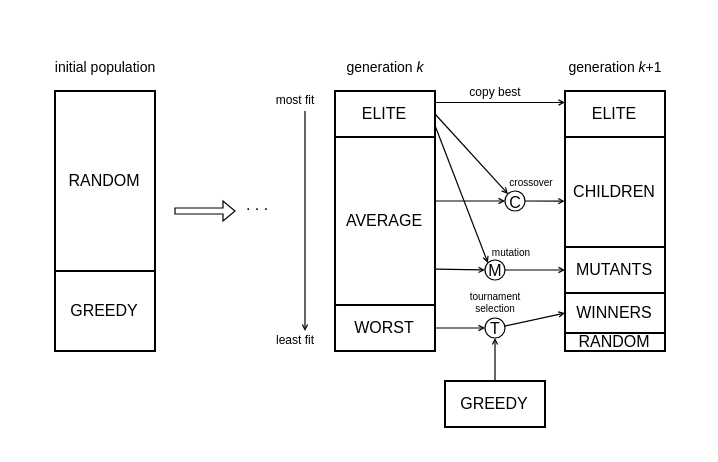
Before: src/thesis/figures/pupulation_schema.drawio in TaIos/master-thesis, a draw.io diagram. Source tidied: cells renumbered, new cells numbered last; positions are measured from the earlier drawing's top-left corner, leaving out a move shared by most shapes. Both pictures are drawn from the tidied source at 200%, with x=0, y=0 at pixel (34, 34).
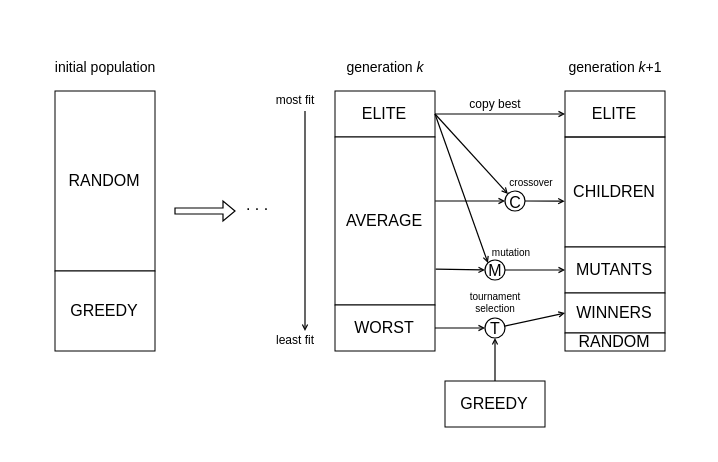
The same diagram, later.

Commit message (it also covers changes not shown here):
writing: unbold population schema

The change refers to these unchanged cells:
```xml
<mxCell id="2" style="group;direction=south;strokeWidth=0.6;spacingBottom=2;spacingLeft=1;" parent="1" vertex="1">
  <mxGeometry x="235" y="78" width="15" height="10" as="geometry" />
</mxCell>
<mxCell id="5" value="&lt;span style=&quot;font-size: 8px;&quot;&gt;M&lt;/span&gt;" style="ellipse;whiteSpace=wrap;html=1;direction=south;strokeWidth=0.6;spacingBottom=2;spacingLeft=1;" parent="1" vertex="1">
  <mxGeometry x="225" y="112.5" width="10" height="10" as="geometry" />
</mxCell>
<mxCell id="8" style="shape=tableRow;horizontal=0;startSize=0;swimlaneHead=0;swimlaneBody=0;top=0;left=0;bottom=0;right=0;fontStyle=0;fillColor=#f9f7ed;opacity=0;labelBackgroundColor=none;labelBorderColor=none;swimlaneFillColor=default;strokeColor=#36393d;" parent="7" vertex="1">
  <mxGeometry width="50" height="90" as="geometry" />
</mxCell>
<mxCell id="15" style="shape=tableRow;horizontal=0;startSize=0;swimlaneHead=0;swimlaneBody=0;top=0;left=0;bottom=0;right=0;fontStyle=0;fillColor=none;opacity=0;labelBackgroundColor=none;labelBorderColor=none;fontColor=default;swimlaneFillColor=default;" parent="14" vertex="1">
  <mxGeometry width="50" height="23" as="geometry" />
</mxCell>
<mxCell id="17" style="shape=tableRow;horizontal=0;startSize=0;swimlaneHead=0;swimlaneBody=0;top=0;left=0;bottom=0;right=0;fontStyle=0;fillColor=none;opacity=0;labelBackgroundColor=none;labelBorderColor=none;fontColor=default;swimlaneFillColor=default;" parent="14" vertex="1">
  <mxGeometry y="23" width="50" height="84" as="geometry" />
</mxCell>
<mxCell id="27" style="shape=tableRow;horizontal=0;startSize=0;swimlaneHead=0;swimlaneBody=0;top=0;left=0;bottom=0;right=0;fontStyle=0;fillColor=none;opacity=0;labelBackgroundColor=none;labelBorderColor=none;fontColor=default;swimlaneFillColor=default;" parent="26" vertex="1">
  <mxGeometry width="50" height="23" as="geometry" />
</mxCell>
<mxCell id="30" style="shape=tableRow;horizontal=0;startSize=0;swimlaneHead=0;swimlaneBody=0;top=0;left=0;bottom=0;right=0;fontStyle=0;fillColor=none;opacity=0;labelBackgroundColor=none;labelBorderColor=none;fontColor=default;swimlaneFillColor=default;" parent="29" vertex="1">
  <mxGeometry width="50" height="23" as="geometry" />
</mxCell>
<mxCell id="32" style="shape=tableRow;horizontal=0;startSize=0;swimlaneHead=0;swimlaneBody=0;top=0;left=0;bottom=0;right=0;fontStyle=0;fillColor=none;opacity=0;labelBackgroundColor=none;labelBorderColor=none;fontColor=default;swimlaneFillColor=default;" parent="29" vertex="1">
  <mxGeometry y="23" width="50" height="55" as="geometry" />
</mxCell>
```

Diff of the diagram source:
```diff
@@
-    <mxCell id="3" value="&lt;font style=&quot;font-size: 8px;&quot;&gt;C&lt;/font&gt;" style="ellipse;whiteSpace=wrap;html=1;direction=south;strokeWidth=0.6;align=center;spacingBottom=1;labelBackgroundColor=none;spacingLeft=1;" parent="2" vertex="1">
+    <mxCell id="3" value="&lt;font style=&quot;font-size: 8px;&quot;&gt;C&lt;/font&gt;" style="ellipse;whiteSpace=wrap;html=1;direction=south;strokeWidth=0.6;align=center;spacingBottom=1;labelBackgroundColor=none;spacingLeft=1;fillColor=#FFFFFF;fillStyle=auto;gradientColor=none;strokeColor=#000000;" parent="2" vertex="1">
       <mxGeometry width="10" height="10" as="geometry" />
     </mxCell>
@@
-    <mxCell id="7" style="childLayout=tableLayout;&#10;recursiveResize=0;&#10;shadow=0;&#10;fillColor=none;&#10;strokeColor=#000000;&#10;strokeWidth=1;&#10;opacity=0;&#10;labelBackgroundColor=none;&#10;labelBorderColor=none;&#10;fontColor=default;&#10;swimlaneFillColor=default;fillColor=none;strokeColor=#36393d;" parent="1" vertex="1">
+    <mxCell id="7" style="childLayout=tableLayout;&#10;recursiveResize=0;&#10;shadow=0;&#10;fillColor=none;&#10;strokeColor=#000000;&#10;strokeWidth=1;&#10;opacity=0;&#10;labelBackgroundColor=none;&#10;labelBorderColor=none;&#10;fontColor=default;&#10;swimlaneFillColor=default;fillColor=none;strokeColor=none;" parent="1" vertex="1">
       <mxGeometry x="10" y="28" width="50" height="130" as="geometry" />
     </mxCell>
@@
-    <mxCell id="9" value="RANDOM" style="childLayout=tableLayout;&#10;recursiveResize=0;&#10;shadow=0;&#10;fillColor=none;&#10;strokeColor=#000000;&#10;strokeWidth=1;&#10;opacity=0;&#10;labelBackgroundColor=none;&#10;labelBorderColor=none;&#10;fontColor=default;&#10;swimlaneFillColor=default;fontSize=8;" parent="8" vertex="1">
+    <mxCell id="9" value="RANDOM" style="childLayout=tableLayout;&#10;recursiveResize=0;&#10;shadow=0;&#10;fillColor=none;&#10;strokeColor=#000000;&#10;strokeWidth=1;&#10;opacity=0;&#10;labelBackgroundColor=none;&#10;labelBorderColor=none;&#10;fontColor=default;&#10;swimlaneFillColor=default;fontSize=8;strokeColor=default;strokeWidth=0.5;" parent="8" vertex="1">
       <mxGeometry width="50" height="90" as="geometry" />
     </mxCell>
-    <mxCell id="10" style="shape=tableRow;horizontal=0;startSize=0;swimlaneHead=0;swimlaneBody=0;top=0;left=0;bottom=0;right=0;fontStyle=0;fillColor=none;opacity=0;labelBackgroundColor=none;labelBorderColor=none;fontColor=default;swimlaneFillColor=default;" parent="7" vertex="1">
+    <mxCell id="10" style="shape=tableRow;horizontal=0;startSize=0;swimlaneHead=0;swimlaneBody=0;top=0;left=0;bottom=0;right=0;fontStyle=0;fillColor=none;opacity=0;labelBackgroundColor=none;labelBorderColor=none;fontColor=default;swimlaneFillColor=default;strokeWidth=0.5;strokeColor=none;" parent="7" vertex="1">
       <mxGeometry y="90" width="50" height="40" as="geometry" />
     </mxCell>
-    <mxCell id="11" value="GREEDY" style="strokeColor=#000000;fillColor=default;align=center;labelBackgroundColor=none;labelBorderColor=none;swimlaneFillColor=default;fontSize=8;" parent="10" vertex="1">
+    <mxCell id="11" value="GREEDY" style="strokeColor=default;fillColor=default;align=center;labelBackgroundColor=none;labelBorderColor=none;swimlaneFillColor=default;fontSize=8;strokeWidth=0.5;" parent="10" vertex="1">
       <mxGeometry width="50" height="40" as="geometry" />
     </mxCell>
@@
-    <mxCell id="14" style="childLayout=tableLayout;&#10;recursiveResize=0;&#10;shadow=0;&#10;fillColor=none;&#10;strokeColor=#000000;&#10;strokeWidth=1;&#10;opacity=0;&#10;labelBackgroundColor=none;&#10;labelBorderColor=none;&#10;fontColor=default;&#10;swimlaneFillColor=default;" parent="1" vertex="1">
+    <mxCell id="14" style="childLayout=tableLayout;&#10;recursiveResize=0;&#10;shadow=0;&#10;fillColor=none;&#10;strokeColor=#000000;&#10;strokeWidth=1;&#10;opacity=0;&#10;labelBackgroundColor=none;&#10;labelBorderColor=none;&#10;fontColor=default;&#10;swimlaneFillColor=default;strokeColor=none;" parent="1" vertex="1">
       <mxGeometry x="150" y="28" width="50" height="130" as="geometry" />
     </mxCell>
@@
-    <mxCell id="16" value="ELITE" style="childLayout=tableLayout;&#10;recursiveResize=0;&#10;shadow=0;&#10;fillColor=none;&#10;strokeColor=#000000;&#10;strokeWidth=1;&#10;opacity=0;&#10;labelBackgroundColor=none;&#10;labelBorderColor=none;&#10;fontColor=default;&#10;swimlaneFillColor=default;fontSize=8;" parent="15" vertex="1">
+    <mxCell id="16" value="ELITE" style="childLayout=tableLayout;&#10;recursiveResize=0;&#10;shadow=0;&#10;fillColor=none;&#10;strokeColor=#000000;&#10;strokeWidth=1;&#10;opacity=0;&#10;labelBackgroundColor=none;&#10;labelBorderColor=none;&#10;fontColor=default;&#10;swimlaneFillColor=default;fontSize=8;strokeWidth=0.5;" parent="15" vertex="1">
       <mxGeometry width="50" height="23" as="geometry" />
     </mxCell>
@@
-    <mxCell id="18" value="AVERAGE" style="strokeColor=none;fillColor=none;align=center;opacity=0;labelBackgroundColor=none;labelBorderColor=none;fontColor=default;swimlaneFillColor=default;fontSize=8;" parent="17" vertex="1">
+    <mxCell id="18" value="AVERAGE" style="strokeColor=default;fillColor=default;align=center;labelBackgroundColor=none;labelBorderColor=none;fontColor=default;swimlaneFillColor=default;fontSize=8;strokeWidth=0.5;" parent="17" vertex="1">
       <mxGeometry width="50" height="84" as="geometry" />
     </mxCell>
-    <mxCell id="19" style="childLayout=tableLayout;&#10;recursiveResize=0;&#10;shadow=0;&#10;fillColor=none;&#10;strokeColor=#000000;&#10;strokeWidth=1;&#10;opacity=0;&#10;labelBackgroundColor=none;&#10;labelBorderColor=none;&#10;fontColor=default;&#10;swimlaneFillColor=default;" parent="14" vertex="1">
+    <mxCell id="19" style="childLayout=tableLayout;&#10;recursiveResize=0;&#10;shadow=0;&#10;fillColor=none;&#10;strokeColor=#000000;&#10;strokeWidth=1;&#10;opacity=0;&#10;labelBackgroundColor=none;&#10;labelBorderColor=none;&#10;fontColor=default;&#10;swimlaneFillColor=default;strokeWidth=0.5;" parent="14" vertex="1">
       <mxGeometry y="107" width="50" height="23" as="geometry" />
     </mxCell>
@@
-    <mxCell id="26" style="childLayout=tableLayout;&#10;recursiveResize=0;&#10;shadow=0;&#10;fillColor=none;&#10;strokeColor=#000000;&#10;strokeWidth=1;&#10;opacity=0;&#10;labelBackgroundColor=none;&#10;labelBorderColor=none;&#10;fontColor=default;&#10;swimlaneFillColor=default;" parent="1" vertex="1">
+    <mxCell id="26" style="childLayout=tableLayout;&#10;recursiveResize=0;&#10;shadow=0;&#10;fillColor=none;&#10;strokeColor=#000000;&#10;strokeWidth=1;&#10;opacity=0;&#10;labelBackgroundColor=none;&#10;labelBorderColor=none;&#10;fontColor=default;&#10;swimlaneFillColor=default;strokeColor=none;" parent="1" vertex="1">
       <mxGeometry x="205" y="173" width="50" height="23" as="geometry" />
     </mxCell>
@@
-    <mxCell id="28" value="GREEDY" style="childLayout=tableLayout;&#10;recursiveResize=0;&#10;shadow=0;&#10;fillColor=none;&#10;strokeColor=#000000;&#10;strokeWidth=1;&#10;opacity=0;&#10;labelBackgroundColor=none;&#10;labelBorderColor=none;&#10;fontColor=default;&#10;swimlaneFillColor=default;fontSize=8;" parent="27" vertex="1">
+    <mxCell id="28" value="GREEDY" style="childLayout=tableLayout;&#10;recursiveResize=0;&#10;shadow=0;&#10;fillColor=none;&#10;strokeColor=#000000;&#10;strokeWidth=1;&#10;opacity=0;&#10;labelBackgroundColor=none;&#10;labelBorderColor=none;&#10;fontColor=default;&#10;swimlaneFillColor=default;fontSize=8;labelBackgroundColor=none;labelBorderColor=none;swimlaneFillColor=default;strokeWidth=0.5;" parent="27" vertex="1">
       <mxGeometry width="50" height="23" as="geometry" />
     </mxCell>
-    <mxCell id="29" style="childLayout=tableLayout;&#10;recursiveResize=0;&#10;shadow=0;&#10;fillColor=none;&#10;strokeColor=#000000;&#10;strokeWidth=1;&#10;opacity=0;&#10;labelBackgroundColor=none;&#10;labelBorderColor=none;&#10;fontColor=default;&#10;swimlaneFillColor=default;" parent="1" vertex="1">
+    <mxCell id="29" style="childLayout=tableLayout;&#10;recursiveResize=0;&#10;shadow=0;&#10;fillColor=none;&#10;strokeColor=#000000;&#10;strokeWidth=1;&#10;opacity=0;&#10;labelBackgroundColor=none;&#10;labelBorderColor=none;&#10;fontColor=default;&#10;swimlaneFillColor=default;strokeColor=none;" parent="1" vertex="1">
       <mxGeometry x="265" y="28" width="50" height="130" as="geometry" />
     </mxCell>
@@
-    <mxCell id="31" value="ELITE" style="childLayout=tableLayout;&#10;recursiveResize=0;&#10;shadow=0;&#10;fillColor=none;&#10;strokeColor=#000000;&#10;strokeWidth=1;&#10;opacity=0;&#10;labelBackgroundColor=none;&#10;labelBorderColor=none;&#10;fontColor=default;&#10;swimlaneFillColor=default;fontSize=8;" parent="30" vertex="1">
+    <mxCell id="31" value="ELITE" style="childLayout=tableLayout;&#10;recursiveResize=0;&#10;shadow=0;&#10;fillColor=none;&#10;strokeColor=#000000;&#10;strokeWidth=1;&#10;opacity=0;&#10;labelBackgroundColor=none;&#10;labelBorderColor=none;&#10;fontColor=default;&#10;swimlaneFillColor=default;fontSize=8;strokeWidth=0.5;" parent="30" vertex="1">
       <mxGeometry width="50" height="23" as="geometry" />
     </mxCell>
@@
-    <mxCell id="33" value="CHILDREN" style="strokeColor=none;fillColor=none;align=center;opacity=0;labelBackgroundColor=none;labelBorderColor=none;fontColor=default;swimlaneFillColor=default;fontSize=8;" parent="32" vertex="1">
+    <mxCell id="33" value="CHILDREN" style="strokeColor=default;fillColor=none;align=center;labelBackgroundColor=none;labelBorderColor=none;fontColor=default;swimlaneFillColor=default;fontSize=8;strokeWidth=0.5;" parent="32" vertex="1">
       <mxGeometry width="50" height="55" as="geometry" />
     </mxCell>
-    <mxCell id="34" style="childLayout=tableLayout;&#10;recursiveResize=0;&#10;shadow=0;&#10;fillColor=none;&#10;strokeColor=#000000;&#10;strokeWidth=1;&#10;opacity=0;&#10;labelBackgroundColor=none;&#10;labelBorderColor=none;&#10;fontColor=default;&#10;swimlaneFillColor=default;" parent="29" vertex="1">
+    <mxCell id="34" style="childLayout=tableLayout;&#10;recursiveResize=0;&#10;shadow=0;&#10;fillColor=none;&#10;strokeColor=#000000;&#10;strokeWidth=1;&#10;opacity=0;&#10;labelBackgroundColor=none;&#10;labelBorderColor=none;&#10;fontColor=default;&#10;swimlaneFillColor=default;strokeColor=default;strokeWidth=0.5;" parent="29" vertex="1">
       <mxGeometry y="78" width="50" height="23" as="geometry" />
     </mxCell>
@@
-    <mxCell id="36" style="childLayout=tableLayout;&#10;recursiveResize=0;&#10;shadow=0;&#10;fillColor=none;&#10;strokeColor=#000000;&#10;strokeWidth=1;&#10;opacity=0;&#10;labelBackgroundColor=none;&#10;labelBorderColor=none;&#10;fontColor=default;&#10;swimlaneFillColor=default;" parent="29" vertex="1">
+    <mxCell id="36" style="childLayout=tableLayout;&#10;recursiveResize=0;&#10;shadow=0;&#10;fillColor=none;&#10;strokeColor=#000000;&#10;strokeWidth=1;&#10;opacity=0;&#10;labelBackgroundColor=none;&#10;labelBorderColor=none;&#10;fontColor=default;&#10;swimlaneFillColor=default;strokeWidth=0.5;" parent="29" vertex="1">
       <mxGeometry y="101" width="50" height="20" as="geometry" />
     </mxCell>
@@
-    <mxCell id="38" style="childLayout=tableLayout;&#10;recursiveResize=0;&#10;shadow=0;&#10;fillColor=none;&#10;strokeColor=#000000;&#10;strokeWidth=1;&#10;opacity=0;&#10;labelBackgroundColor=none;&#10;labelBorderColor=none;&#10;fontColor=default;&#10;swimlaneFillColor=default;" parent="29" vertex="1">
+    <mxCell id="38" style="childLayout=tableLayout;&#10;recursiveResize=0;&#10;shadow=0;&#10;fillColor=none;&#10;strokeColor=#000000;&#10;strokeWidth=1;&#10;opacity=0;&#10;labelBackgroundColor=none;&#10;labelBorderColor=none;&#10;fontColor=default;&#10;swimlaneFillColor=default;strokeWidth=0.5;" parent="29" vertex="1">
       <mxGeometry y="121" width="50" height="9" as="geometry" />
     </mxCell>
@@
-    <mxCell id="40" value="&lt;font style=&quot;font-size: 6px;&quot;&gt;copy best&lt;/font&gt;" style="edgeStyle=orthogonalEdgeStyle;rounded=0;jettySize=auto;html=1;fontFamily=Helvetica;fontSize=8;fontColor=default;startSize=8;endSize=2;jumpSize=6;labelPosition=center;verticalLabelPosition=middle;align=center;verticalAlign=middle;spacing=2;strokeWidth=0.6;exitX=1;exitY=0.25;exitDx=0;exitDy=0;entryX=0;entryY=0.25;entryDx=0;entryDy=0;endArrow=open;endFill=0;" parent="1" edge="1" source="16" target="31">
+    <mxCell id="40" value="&lt;font style=&quot;font-size: 6px;&quot;&gt;copy best&lt;/font&gt;" style="rounded=0;jettySize=auto;html=1;fontFamily=Helvetica;fontSize=8;fontColor=default;startSize=8;endSize=2;jumpSize=6;labelPosition=center;verticalLabelPosition=middle;align=center;verticalAlign=middle;spacing=2;strokeWidth=0.6;exitX=1;exitY=0.5;exitDx=0;exitDy=0;entryX=0;entryY=0.5;entryDx=0;entryDy=0;endArrow=open;endFill=0;" parent="1" edge="1" source="16" target="31">
       <mxGeometry x="-0.08" y="6" relative="1" as="geometry" />
     </mxCell>
@@
-    <mxCell id="48" style="edgeStyle=none;shape=connector;rounded=0;jumpSize=6;jettySize=auto;html=1;entryX=0;entryY=1;entryDx=0;entryDy=0;labelBackgroundColor=default;strokeColor=default;strokeWidth=0.6;fontFamily=Helvetica;fontSize=8;fontColor=default;endArrow=open;startSize=8;endSize=2;exitX=1;exitY=0.75;exitDx=0;exitDy=0;spacing=2;endFill=0;" parent="1" edge="1" source="16" target="5">
+    <mxCell id="48" style="edgeStyle=none;shape=connector;rounded=0;jumpSize=6;jettySize=auto;html=1;entryX=0;entryY=1;entryDx=0;entryDy=0;labelBackgroundColor=default;strokeColor=default;strokeWidth=0.6;fontFamily=Helvetica;fontSize=8;fontColor=default;endArrow=open;startSize=8;endSize=2;exitX=1;exitY=0.5;exitDx=0;exitDy=0;spacing=2;endFill=0;" parent="1" edge="1" source="16" target="5">
       <mxGeometry relative="1" as="geometry" />
     </mxCell>
```
